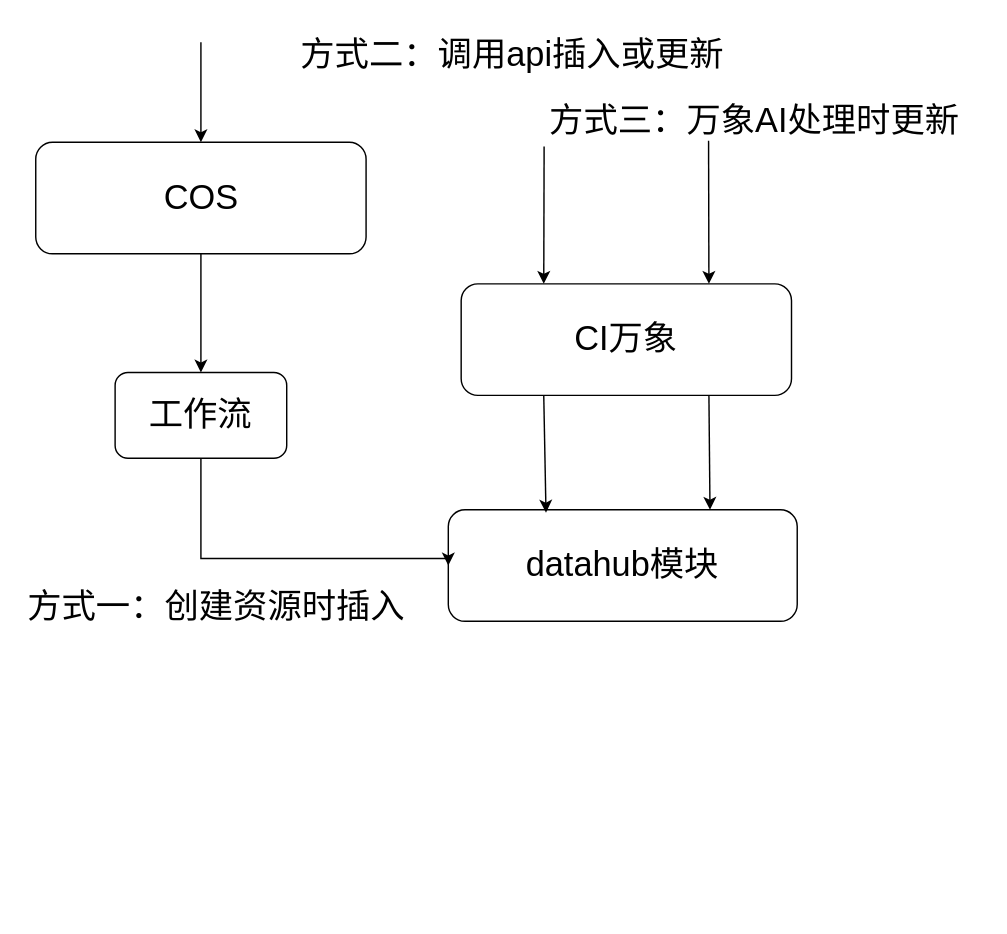
Earlier version of the draw.io diagram page "方案设计" (2 of 2) of datahub.drawio (wangnan8791/document). Source tidied: cells renumbered, new cells numbered last; positions are measured from the earlier drawing's top-left corner, leaving out a move shared by most shapes. Both pictures are drawn from the tidied source at 143%, with x=0, y=0 at pixel (24, 24). Pictures stored in the file or linked from it are replaced by grey dashed boxes.
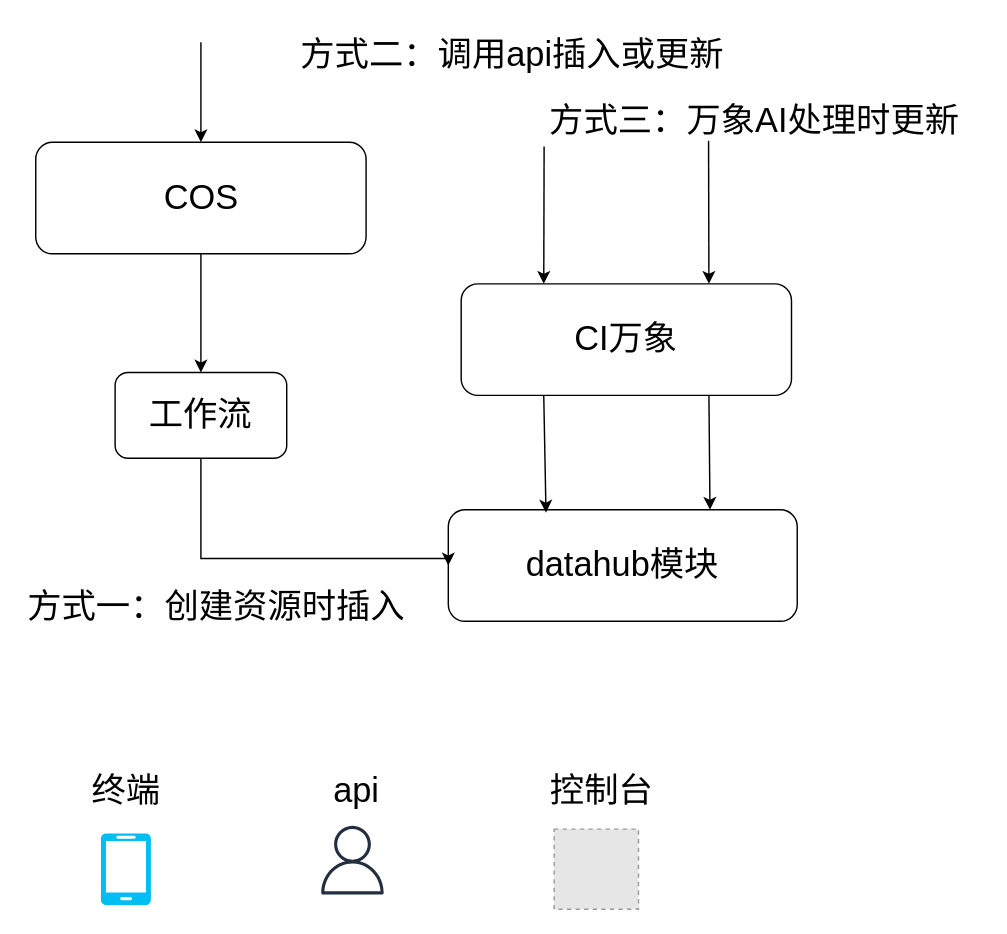
After the change.

Diff of the diagram source:
```diff
@@
+    <mxCell id="16" style="verticalLabelPosition=bottom;html=1;verticalAlign=top;align=center;strokeColor=none;fillColor=#00BEF2;shape=mxgraph.azure.mobile;" parent="1" vertex="1">
+      <mxGeometry x="53" y="565.3" width="35" height="50" as="geometry" />
+    </mxCell>
+    <mxCell id="17" style="sketch=0;fontColor=#232F3E;gradientColor=none;strokeColor=#232F3E;fillColor=#ffffff;dashed=0;verticalLabelPosition=bottom;verticalAlign=top;align=center;html=1;fontSize=12;fontStyle=0;shape=mxgraph.aws4.resourceIcon;resIcon=mxgraph.aws4.user;" parent="1" vertex="1">
+      <mxGeometry x="199" y="554" width="60" height="60" as="geometry" />
+    </mxCell>
+    <mxCell id="18" style="fillColor=#E6E6E6;strokeColor=#999999;dashed=1;html=1;verticalLabelPosition=bottom;labelBackgroundColor=#ffffff;verticalAlign=top;" parent="1" vertex="1">
+      <mxGeometry x="370" y="562.3" width="59" height="56" as="geometry" />
+    </mxCell>
+    <mxCell id="19" value="&lt;font style=&quot;font-size: 24px;&quot;&gt;终端&lt;/font&gt;" style="text;html=1;align=center;verticalAlign=middle;whiteSpace=wrap;rounded=0;" parent="1" vertex="1">
+      <mxGeometry x="40.5" y="521" width="60" height="30" as="geometry" />
+    </mxCell>
+    <mxCell id="20" value="&lt;font style=&quot;font-size: 24px;&quot;&gt;api&lt;/font&gt;" style="text;html=1;align=center;verticalAlign=middle;whiteSpace=wrap;rounded=0;" parent="1" vertex="1">
+      <mxGeometry x="202" y="521" width="60" height="30" as="geometry" />
+    </mxCell>
+    <mxCell id="21" value="&lt;span style=&quot;font-size: 24px;&quot;&gt;控制台&lt;/span&gt;" style="text;html=1;align=center;verticalAlign=middle;whiteSpace=wrap;rounded=0;" parent="1" vertex="1">
+      <mxGeometry x="365" y="521" width="77" height="30" as="geometry" />
+    </mxCell>
```
